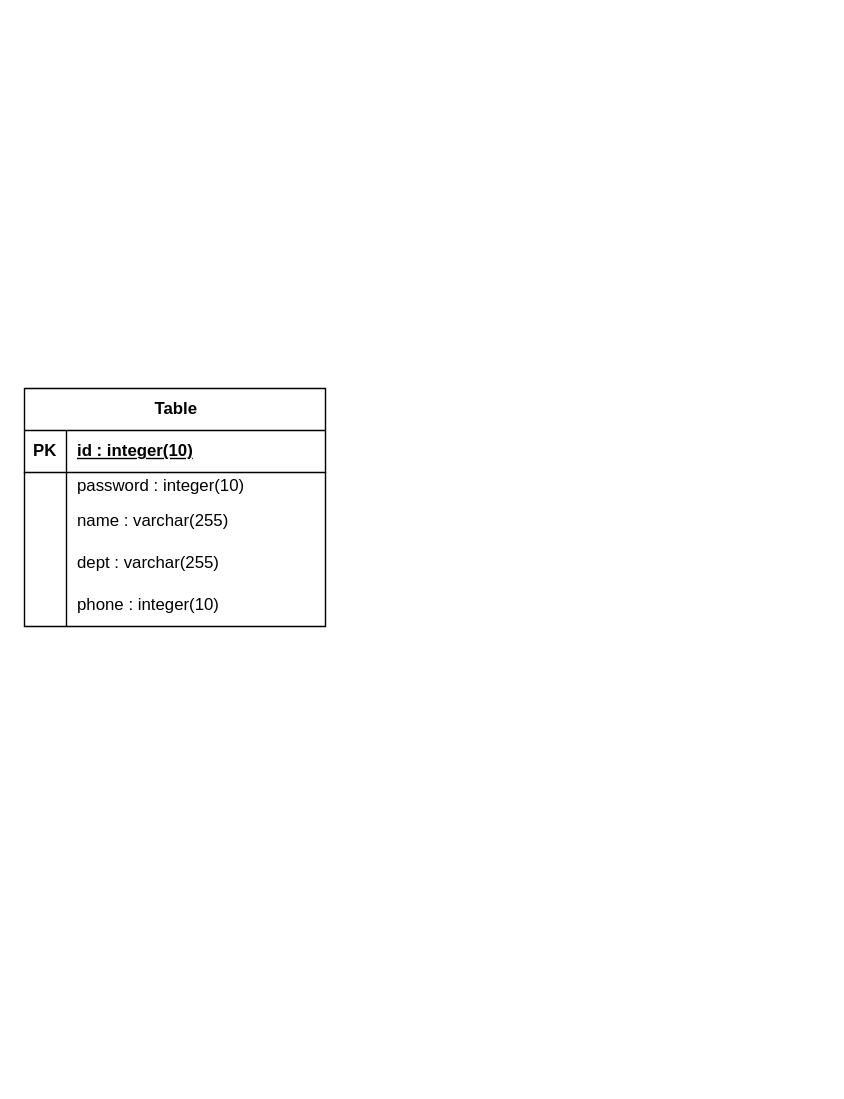
The draw.io diagram Untitled Diagram.drawio in 23012/cau-fix-web, before the edit. Source tidied: cells renumbered, new cells numbered last; positions are measured from the earlier drawing's top-left corner, leaving out a move shared by most shapes. Both pictures are drawn from the tidied source at 140%, with x=0, y=0 at pixel (24, 388).
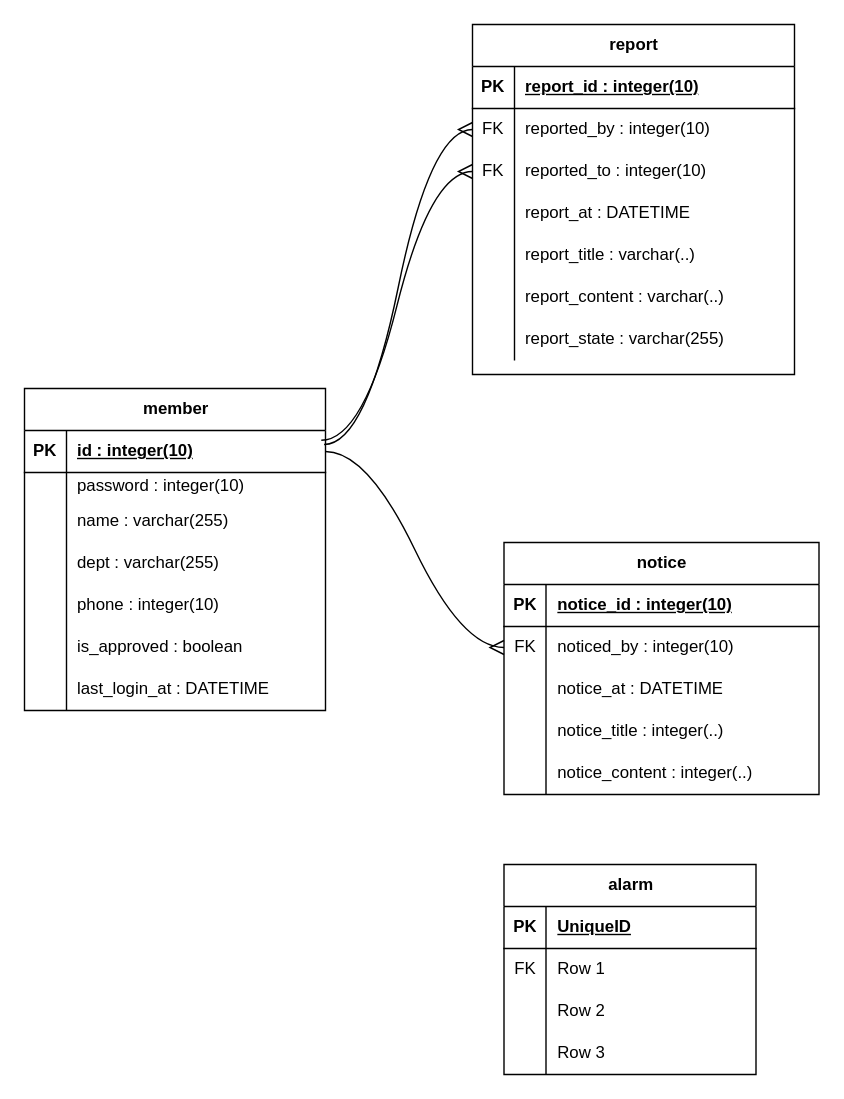
Above is the later version.

Unchanged cells that the change refers to:
```xml
<mxCell id="3" style="shape=tableRow;horizontal=0;startSize=0;swimlaneHead=0;swimlaneBody=0;fillColor=none;points=[[0,0.5],[1,0.5]];portConstraint=eastwest;top=0;left=0;right=0;bottom=1;" parent="2" vertex="1">
  <mxGeometry y="30" width="215" height="30" as="geometry" />
</mxCell>
```

What changed in the source:
```diff
@@
-    <mxCell id="2" value="Table" style="shape=table;startSize=30;childLayout=tableLayout;rowLines=0;fontStyle=1;align=center;html=1;" parent="1" vertex="1">
-      <mxGeometry width="215" height="170" as="geometry" />
+    <mxCell id="2" value="member" style="shape=table;startSize=30;childLayout=tableLayout;rowLines=0;fontStyle=1;align=center;html=1;" parent="1" vertex="1">
+      <mxGeometry width="215" height="230" as="geometry" />
     </mxCell>
@@
+    <mxCell id="18" style="shape=tableRow;horizontal=0;startSize=0;swimlaneHead=0;swimlaneBody=0;fillColor=none;top=0;left=0;right=0;bottom=0;" parent="2" vertex="1">
+      <mxGeometry y="170" width="215" height="30" as="geometry" />
+    </mxCell>
+    <mxCell id="19" style="shape=partialRectangle;fillColor=none;top=0;left=0;bottom=0;right=0;overflow=hidden;whiteSpace=wrap;html=1;" parent="18" vertex="1">
+      <mxGeometry width="30" height="30" as="geometry" />
+    </mxCell>
+    <mxCell id="20" value="is_approved : boolean" style="shape=partialRectangle;fillColor=none;top=0;left=0;bottom=0;right=0;align=left;spacingLeft=6;overflow=hidden;whiteSpace=wrap;html=1;" parent="18" vertex="1">
+      <mxGeometry x="30" width="185" height="30" as="geometry" />
+    </mxCell>
+    <mxCell id="21" style="shape=tableRow;horizontal=0;startSize=0;swimlaneHead=0;swimlaneBody=0;fillColor=none;top=0;left=0;right=0;bottom=0;" parent="2" vertex="1">
+      <mxGeometry y="200" width="215" height="30" as="geometry" />
+    </mxCell>
+    <mxCell id="22" style="shape=partialRectangle;fillColor=none;top=0;left=0;bottom=0;right=0;overflow=hidden;whiteSpace=wrap;html=1;" parent="21" vertex="1">
+      <mxGeometry width="30" height="30" as="geometry" />
+    </mxCell>
+    <mxCell id="23" value="last_login_at : DATETIME" style="shape=partialRectangle;fillColor=none;top=0;left=0;bottom=0;right=0;align=left;spacingLeft=6;overflow=hidden;whiteSpace=wrap;html=1;" parent="21" vertex="1">
+      <mxGeometry x="30" width="185" height="30" as="geometry" />
+    </mxCell>
+    <mxCell id="24" value="notice" style="shape=table;startSize=30;childLayout=tableLayout;rowLines=0;fontStyle=1;align=center;html=1;" parent="1" vertex="1">
+      <mxGeometry x="342.5" y="110" width="225" height="180" as="geometry" />
+    </mxCell>
+    <mxCell id="25" style="shape=tableRow;horizontal=0;startSize=0;swimlaneHead=0;swimlaneBody=0;fillColor=none;top=0;left=0;right=0;bottom=1;" parent="24" vertex="1">
+      <mxGeometry y="30" width="225" height="30" as="geometry" />
+    </mxCell>
+    <mxCell id="26" value="PK" style="shape=partialRectangle;fillColor=none;top=0;left=0;bottom=0;right=0;fontStyle=1;overflow=hidden;whiteSpace=wrap;html=1;" parent="25" vertex="1">
+      <mxGeometry width="30" height="30" as="geometry" />
+    </mxCell>
+    <mxCell id="27" value="notice_id : integer(10)" style="shape=partialRectangle;fillColor=none;top=0;left=0;bottom=0;right=0;align=left;spacingLeft=6;fontStyle=5;overflow=hidden;whiteSpace=wrap;html=1;" parent="25" vertex="1">
+      <mxGeometry x="30" width="195" height="30" as="geometry" />
+    </mxCell>
+    <mxCell id="28" style="shape=tableRow;horizontal=0;startSize=0;swimlaneHead=0;swimlaneBody=0;fillColor=none;points=[[0,0.5],[1,0.5]];portConstraint=eastwest;top=0;left=0;right=0;bottom=0;" parent="24" vertex="1">
+      <mxGeometry y="60" width="225" height="30" as="geometry" />
+    </mxCell>
+    <mxCell id="29" value="FK" style="shape=partialRectangle;fillColor=none;top=0;left=0;bottom=0;right=0;overflow=hidden;whiteSpace=wrap;html=1;" parent="28" vertex="1">
+      <mxGeometry width="30" height="30" as="geometry" />
+    </mxCell>
+    <mxCell id="30" value="noticed_by : integer(10)" style="shape=partialRectangle;fillColor=none;top=0;left=0;bottom=0;right=0;align=left;spacingLeft=6;overflow=hidden;whiteSpace=wrap;html=1;" parent="28" vertex="1">
+      <mxGeometry x="30" width="195" height="30" as="geometry" />
+    </mxCell>
+    <mxCell id="31" style="shape=tableRow;horizontal=0;startSize=0;swimlaneHead=0;swimlaneBody=0;fillColor=none;top=0;left=0;right=0;bottom=0;" parent="24" vertex="1">
+      <mxGeometry y="90" width="225" height="30" as="geometry" />
+    </mxCell>
+    <mxCell id="32" style="shape=partialRectangle;fillColor=none;top=0;left=0;bottom=0;right=0;overflow=hidden;whiteSpace=wrap;html=1;" parent="31" vertex="1">
+      <mxGeometry width="30" height="30" as="geometry" />
+    </mxCell>
+    <mxCell id="33" value="notice_at : DATETIME" style="shape=partialRectangle;fillColor=none;top=0;left=0;bottom=0;right=0;align=left;spacingLeft=6;overflow=hidden;whiteSpace=wrap;html=1;" parent="31" vertex="1">
+      <mxGeometry x="30" width="195" height="30" as="geometry" />
+    </mxCell>
+    <mxCell id="34" style="shape=tableRow;horizontal=0;startSize=0;swimlaneHead=0;swimlaneBody=0;fillColor=none;top=0;left=0;right=0;bottom=0;" parent="24" vertex="1">
+      <mxGeometry y="120" width="225" height="30" as="geometry" />
+    </mxCell>
+    <mxCell id="35" style="shape=partialRectangle;fillColor=none;top=0;left=0;bottom=0;right=0;overflow=hidden;whiteSpace=wrap;html=1;" parent="34" vertex="1">
+      <mxGeometry width="30" height="30" as="geometry" />
+    </mxCell>
+    <mxCell id="36" value="notice_title : integer(..)" style="shape=partialRectangle;fillColor=none;top=0;left=0;bottom=0;right=0;align=left;spacingLeft=6;overflow=hidden;whiteSpace=wrap;html=1;" parent="34" vertex="1">
+      <mxGeometry x="30" width="195" height="30" as="geometry" />
+    </mxCell>
+    <mxCell id="37" style="shape=tableRow;horizontal=0;startSize=0;swimlaneHead=0;swimlaneBody=0;fillColor=none;top=0;left=0;right=0;bottom=0;" parent="24" vertex="1">
+      <mxGeometry y="150" width="225" height="30" as="geometry" />
+    </mxCell>
+    <mxCell id="38" style="shape=partialRectangle;fillColor=none;top=0;left=0;bottom=0;right=0;overflow=hidden;whiteSpace=wrap;html=1;" parent="37" vertex="1">
+      <mxGeometry width="30" height="30" as="geometry" />
+    </mxCell>
+    <mxCell id="39" value="notice_content : integer(..)" style="shape=partialRectangle;fillColor=none;top=0;left=0;bottom=0;right=0;align=left;spacingLeft=6;overflow=hidden;whiteSpace=wrap;html=1;" parent="37" vertex="1">
+      <mxGeometry x="30" width="195" height="30" as="geometry" />
+    </mxCell>
+    <mxCell id="40" value="report" style="shape=table;startSize=30;childLayout=tableLayout;rowLines=0;fontStyle=1;align=center;html=1;" parent="1" vertex="1">
+      <mxGeometry x="320" y="-260" width="230" height="250" as="geometry" />
+    </mxCell>
+    <mxCell id="41" style="shape=tableRow;horizontal=0;startSize=0;swimlaneHead=0;swimlaneBody=0;fillColor=none;top=0;left=0;right=0;bottom=1;" parent="40" vertex="1">
+      <mxGeometry y="30" width="230" height="30" as="geometry" />
+    </mxCell>
+    <mxCell id="42" value="PK" style="shape=partialRectangle;fillColor=none;top=0;left=0;bottom=0;right=0;fontStyle=1;overflow=hidden;whiteSpace=wrap;html=1;" parent="41" vertex="1">
+      <mxGeometry width="30" height="30" as="geometry" />
+    </mxCell>
+    <mxCell id="43" value="report_id : integer(10)" style="shape=partialRectangle;fillColor=none;top=0;left=0;bottom=0;right=0;align=left;spacingLeft=6;fontStyle=5;overflow=hidden;whiteSpace=wrap;html=1;" parent="41" vertex="1">
+      <mxGeometry x="30" width="200" height="30" as="geometry" />
+    </mxCell>
+    <mxCell id="44" style="shape=tableRow;horizontal=0;startSize=0;swimlaneHead=0;swimlaneBody=0;fillColor=none;points=[[0,0.5],[1,0.5]];portConstraint=eastwest;top=0;left=0;right=0;bottom=0;" parent="40" vertex="1">
+      <mxGeometry y="60" width="230" height="30" as="geometry" />
+    </mxCell>
+    <mxCell id="45" value="FK" style="shape=partialRectangle;fillColor=none;top=0;left=0;bottom=0;right=0;overflow=hidden;whiteSpace=wrap;html=1;" parent="44" vertex="1">
+      <mxGeometry width="30" height="30" as="geometry" />
+    </mxCell>
+    <mxCell id="46" value="reported_by : integer(10)" style="shape=partialRectangle;fillColor=none;top=0;left=0;bottom=0;right=0;align=left;spacingLeft=6;overflow=hidden;whiteSpace=wrap;html=1;" parent="44" vertex="1">
+      <mxGeometry x="30" width="200" height="30" as="geometry" />
+    </mxCell>
+    <mxCell id="47" style="shape=tableRow;horizontal=0;startSize=0;swimlaneHead=0;swimlaneBody=0;fillColor=none;points=[[0,0.5],[1,0.5]];portConstraint=eastwest;top=0;left=0;right=0;bottom=0;" parent="40" vertex="1">
+      <mxGeometry y="90" width="230" height="30" as="geometry" />
+    </mxCell>
+    <mxCell id="48" value="FK" style="shape=partialRectangle;fillColor=none;top=0;left=0;bottom=0;right=0;overflow=hidden;whiteSpace=wrap;html=1;" parent="47" vertex="1">
+      <mxGeometry width="30" height="30" as="geometry" />
+    </mxCell>
+    <mxCell id="49" value="reported_to : integer(10)" style="shape=partialRectangle;fillColor=none;top=0;left=0;bottom=0;right=0;align=left;spacingLeft=6;overflow=hidden;whiteSpace=wrap;html=1;" parent="47" vertex="1">
+      <mxGeometry x="30" width="200" height="30" as="geometry" />
+    </mxCell>
+    <mxCell id="50" style="shape=tableRow;horizontal=0;startSize=0;swimlaneHead=0;swimlaneBody=0;fillColor=none;top=0;left=0;right=0;bottom=0;" parent="40" vertex="1">
+      <mxGeometry y="120" width="230" height="30" as="geometry" />
+    </mxCell>
+    <mxCell id="51" style="shape=partialRectangle;fillColor=none;top=0;left=0;bottom=0;right=0;overflow=hidden;whiteSpace=wrap;html=1;" parent="50" vertex="1">
+      <mxGeometry width="30" height="30" as="geometry" />
+    </mxCell>
+    <mxCell id="52" value="report_at : DATETIME" style="shape=partialRectangle;fillColor=none;top=0;left=0;bottom=0;right=0;align=left;spacingLeft=6;overflow=hidden;whiteSpace=wrap;html=1;" parent="50" vertex="1">
+      <mxGeometry x="30" width="200" height="30" as="geometry" />
+    </mxCell>
+    <mxCell id="53" style="shape=tableRow;horizontal=0;startSize=0;swimlaneHead=0;swimlaneBody=0;fillColor=none;top=0;left=0;right=0;bottom=0;" parent="40" vertex="1">
+      <mxGeometry y="150" width="230" height="30" as="geometry" />
+    </mxCell>
+    <mxCell id="54" style="shape=partialRectangle;fillColor=none;top=0;left=0;bottom=0;right=0;overflow=hidden;whiteSpace=wrap;html=1;" parent="53" vertex="1">
+      <mxGeometry width="30" height="30" as="geometry" />
+    </mxCell>
+    <mxCell id="55" value="report_title : varchar(..)" style="shape=partialRectangle;fillColor=none;top=0;left=0;bottom=0;right=0;align=left;spacingLeft=6;overflow=hidden;whiteSpace=wrap;html=1;" parent="53" vertex="1">
+      <mxGeometry x="30" width="200" height="30" as="geometry" />
+    </mxCell>
+    <mxCell id="56" style="shape=tableRow;horizontal=0;startSize=0;swimlaneHead=0;swimlaneBody=0;fillColor=none;top=0;left=0;right=0;bottom=0;" parent="40" vertex="1">
+      <mxGeometry y="180" width="230" height="30" as="geometry" />
+    </mxCell>
+    <mxCell id="57" style="shape=partialRectangle;fillColor=none;top=0;left=0;bottom=0;right=0;overflow=hidden;whiteSpace=wrap;html=1;" parent="56" vertex="1">
+      <mxGeometry width="30" height="30" as="geometry" />
+    </mxCell>
+    <mxCell id="58" value="report_content : varchar(..)" style="shape=partialRectangle;fillColor=none;top=0;left=0;bottom=0;right=0;align=left;spacingLeft=6;overflow=hidden;whiteSpace=wrap;html=1;" parent="56" vertex="1">
+      <mxGeometry x="30" width="200" height="30" as="geometry" />
+    </mxCell>
+    <mxCell id="59" style="shape=tableRow;horizontal=0;startSize=0;swimlaneHead=0;swimlaneBody=0;fillColor=none;top=0;left=0;right=0;bottom=0;" parent="40" vertex="1">
+      <mxGeometry y="210" width="230" height="30" as="geometry" />
+    </mxCell>
+    <mxCell id="60" style="shape=partialRectangle;fillColor=none;top=0;left=0;bottom=0;right=0;overflow=hidden;whiteSpace=wrap;html=1;" parent="59" vertex="1">
+      <mxGeometry width="30" height="30" as="geometry" />
+    </mxCell>
+    <mxCell id="61" value="report_state : varchar(255)&amp;nbsp;" style="shape=partialRectangle;fillColor=none;top=0;left=0;bottom=0;right=0;align=left;spacingLeft=6;overflow=hidden;whiteSpace=wrap;html=1;" parent="59" vertex="1">
+      <mxGeometry x="30" width="200" height="30" as="geometry" />
+    </mxCell>
+    <mxCell id="62" style="edgeStyle=entityRelationEdgeStyle;fontSize=12;html=1;endArrow=ERmany;rounded=0;startSize=8;endSize=8;curved=1;exitX=1;exitY=0.5;exitDx=0;exitDy=0;" parent="1" edge="1" source="3" target="28">
+      <mxGeometry relative="1" as="geometry" />
+    </mxCell>
+    <mxCell id="63" style="edgeStyle=entityRelationEdgeStyle;fontSize=12;html=1;endArrow=ERmany;rounded=0;startSize=8;endSize=8;curved=1;entryX=0;entryY=0.5;entryDx=0;entryDy=0;" parent="1" edge="1" target="44">
+      <mxGeometry relative="1" as="geometry">
+        <mxPoint x="214" y="40" as="sourcePoint" />
+      </mxGeometry>
+    </mxCell>
+    <mxCell id="64" style="edgeStyle=entityRelationEdgeStyle;fontSize=12;html=1;endArrow=ERmany;rounded=0;startSize=8;endSize=8;curved=1;exitX=0.986;exitY=0.233;exitDx=0;exitDy=0;exitPerimeter=0;" parent="1" edge="1" source="3" target="47">
+      <mxGeometry relative="1" as="geometry" />
+    </mxCell>
+    <mxCell id="65" value="alarm" style="shape=table;startSize=30;childLayout=tableLayout;rowLines=0;fontStyle=1;align=center;html=1;" parent="1" vertex="1">
+      <mxGeometry x="342.5" y="340" width="180" height="150" as="geometry" />
+    </mxCell>
+    <mxCell id="66" style="shape=tableRow;horizontal=0;startSize=0;swimlaneHead=0;swimlaneBody=0;fillColor=none;top=0;left=0;right=0;bottom=1;" parent="65" vertex="1">
+      <mxGeometry y="30" width="180" height="30" as="geometry" />
+    </mxCell>
+    <mxCell id="67" value="PK" style="shape=partialRectangle;fillColor=none;top=0;left=0;bottom=0;right=0;fontStyle=1;overflow=hidden;whiteSpace=wrap;html=1;" parent="66" vertex="1">
+      <mxGeometry width="30" height="30" as="geometry" />
+    </mxCell>
+    <mxCell id="68" value="UniqueID" style="shape=partialRectangle;fillColor=none;top=0;left=0;bottom=0;right=0;align=left;spacingLeft=6;fontStyle=5;overflow=hidden;whiteSpace=wrap;html=1;" parent="66" vertex="1">
+      <mxGeometry x="30" width="150" height="30" as="geometry" />
+    </mxCell>
+    <mxCell id="69" style="shape=tableRow;horizontal=0;startSize=0;swimlaneHead=0;swimlaneBody=0;fillColor=none;top=0;left=0;right=0;bottom=0;" parent="65" vertex="1">
+      <mxGeometry y="60" width="180" height="30" as="geometry" />
+    </mxCell>
+    <mxCell id="70" value="FK" style="shape=partialRectangle;fillColor=none;top=0;left=0;bottom=0;right=0;overflow=hidden;whiteSpace=wrap;html=1;" parent="69" vertex="1">
+      <mxGeometry width="30" height="30" as="geometry" />
+    </mxCell>
+    <mxCell id="71" value="Row 1" style="shape=partialRectangle;fillColor=none;top=0;left=0;bottom=0;right=0;align=left;spacingLeft=6;overflow=hidden;whiteSpace=wrap;html=1;" parent="69" vertex="1">
+      <mxGeometry x="30" width="150" height="30" as="geometry" />
+    </mxCell>
+    <mxCell id="72" style="shape=tableRow;horizontal=0;startSize=0;swimlaneHead=0;swimlaneBody=0;fillColor=none;top=0;left=0;right=0;bottom=0;" parent="65" vertex="1">
+      <mxGeometry y="90" width="180" height="30" as="geometry" />
+    </mxCell>
+    <mxCell id="73" style="shape=partialRectangle;fillColor=none;top=0;left=0;bottom=0;right=0;overflow=hidden;whiteSpace=wrap;html=1;" parent="72" vertex="1">
+      <mxGeometry width="30" height="30" as="geometry" />
+    </mxCell>
+    <mxCell id="74" value="Row 2" style="shape=partialRectangle;fillColor=none;top=0;left=0;bottom=0;right=0;align=left;spacingLeft=6;overflow=hidden;whiteSpace=wrap;html=1;" parent="72" vertex="1">
+      <mxGeometry x="30" width="150" height="30" as="geometry" />
+    </mxCell>
+    <mxCell id="75" style="shape=tableRow;horizontal=0;startSize=0;swimlaneHead=0;swimlaneBody=0;fillColor=none;top=0;left=0;right=0;bottom=0;" parent="65" vertex="1">
+      <mxGeometry y="120" width="180" height="30" as="geometry" />
+    </mxCell>
+    <mxCell id="76" style="shape=partialRectangle;fillColor=none;top=0;left=0;bottom=0;right=0;overflow=hidden;whiteSpace=wrap;html=1;" parent="75" vertex="1">
+      <mxGeometry width="30" height="30" as="geometry" />
+    </mxCell>
+    <mxCell id="77" value="Row 3" style="shape=partialRectangle;fillColor=none;top=0;left=0;bottom=0;right=0;align=left;spacingLeft=6;overflow=hidden;whiteSpace=wrap;html=1;" parent="75" vertex="1">
+      <mxGeometry x="30" width="150" height="30" as="geometry" />
+    </mxCell>
```
